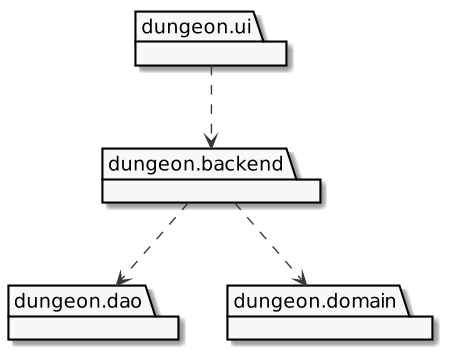
ollim1/ot-harjoitustyo keeps this PlantUML diagram as documentation/pakkausarkkitehtuuri.png. Above is the earlier version.
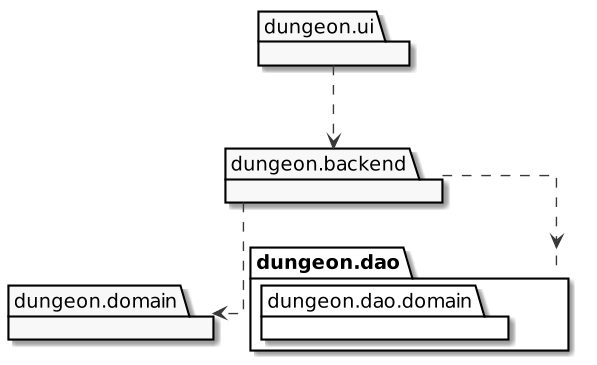
The same diagram one commit later.

Change to the diagram source:
```diff
@@ -1,10 +1,15 @@
 @startuml
 skinparam monochrome true
+skinparam linetype polyline
+skinparam linetype ortho
 skinparam dpi 133
 
 package dungeon.ui
 package dungeon.backend
-package dungeon.dao
+package dungeon.dao {
+    package dungeon.dao.domain {
+    }
+}
 package dungeon.domain
 
 dungeon.ui ..> dungeon.backend
```
